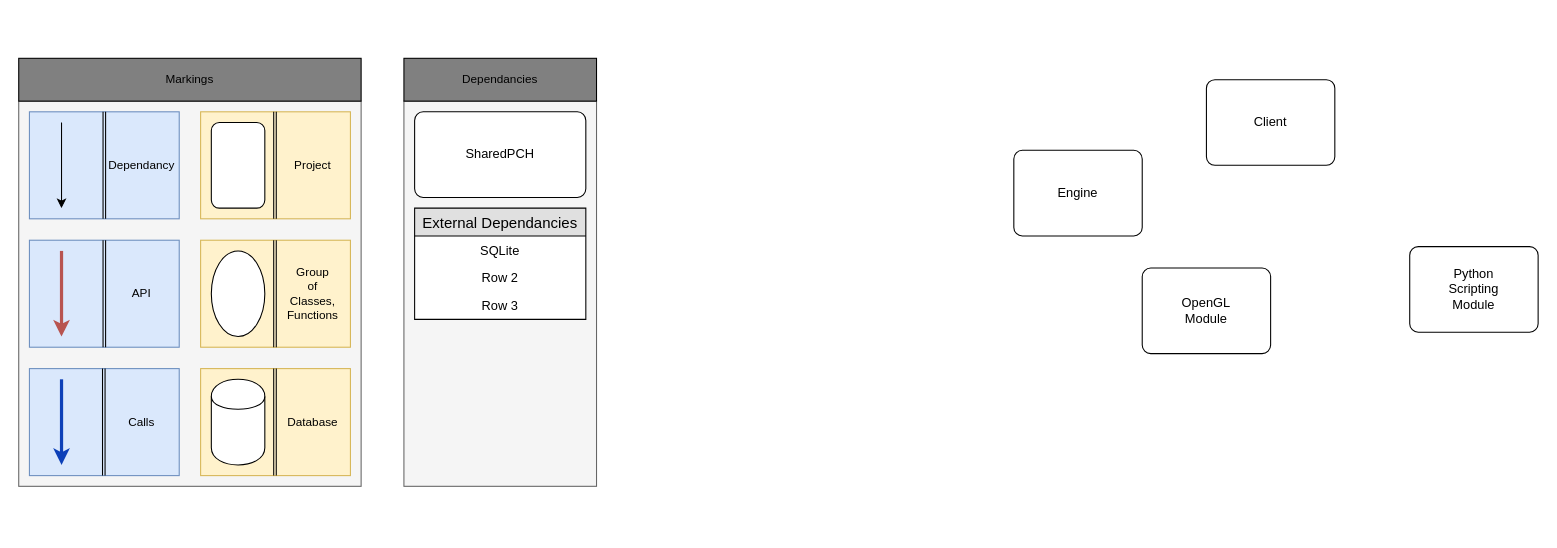
Before: page "ProjectBorad" (2 of 2) of docs/Untitled Diagram.drawio in Narthal/QED, a draw.io diagram. Source tidied: cells renumbered, new cells numbered last; positions are measured from the earlier drawing's top-left corner, leaving out a move shared by most shapes. Both pictures are drawn from the tidied source at 107%, with x=0, y=0 at pixel (18, 58).
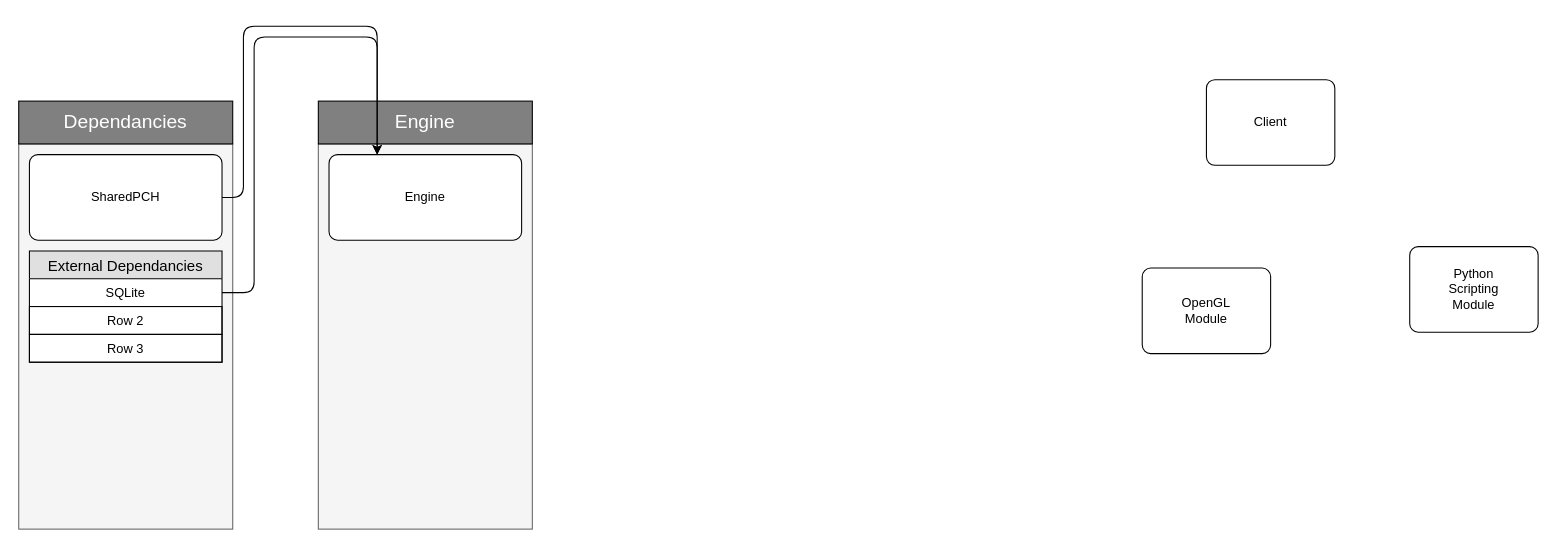
The same page after the edit.

Change to the diagram source:
```diff
@@
+    <mxCell id="39" style="rounded=0;whiteSpace=wrap;html=1;strokeColor=#666666;fillColor=#f5f5f5;fontSize=11;align=center;fontColor=#333333;" parent="1" vertex="1">
+      <mxGeometry x="280" y="80" width="200" height="360" as="geometry" />
+    </mxCell>
     <mxCell id="2" style="rounded=0;whiteSpace=wrap;html=1;strokeColor=#666666;fillColor=#f5f5f5;fontSize=11;align=center;fontColor=#333333;" parent="1" vertex="1">
-      <mxGeometry x="360" y="40" width="180" height="360" as="geometry" />
+      <mxGeometry y="80" width="200" height="360" as="geometry" />
     </mxCell>
-    <mxCell id="3" style="rounded=0;whiteSpace=wrap;html=1;fontSize=11;align=center;fillColor=#f5f5f5;strokeColor=#666666;fontColor=#333333;" parent="1" vertex="1">
-      <mxGeometry y="40" width="320" height="360" as="geometry" />
-    </mxCell>
-    <mxCell id="4" style="rounded=0;whiteSpace=wrap;html=1;align=center;fillColor=#dae8fc;strokeColor=#6c8ebf;" parent="1" vertex="1">
-      <mxGeometry x="10" y="50" width="140" height="100" as="geometry" />
-    </mxCell>
     <mxCell id="5" value="SharedPCH" style="rounded=1;arcSize=10;whiteSpace=wrap;html=1;align=center;" parent="1" vertex="1">
-      <mxGeometry x="370" y="50" width="160" height="80" as="geometry" />
+      <mxGeometry x="10" y="90" width="180" height="80" as="geometry" />
     </mxCell>
     <mxCell id="6" value="Engine" style="rounded=1;arcSize=10;whiteSpace=wrap;html=1;align=center;" parent="1" vertex="1">
-      <mxGeometry x="930" y="86" width="120" height="80" as="geometry" />
+      <mxGeometry x="290" y="90" width="180" height="80" as="geometry" />
     </mxCell>
@@
     <mxCell id="8" value="External Dependancies" style="swimlane;fontStyle=0;horizontal=1;startSize=26;fillColor=#e0e0e0;swimlaneFillColor=#ffffff;align=center;fontSize=14;" parent="1" vertex="1">
-      <mxGeometry x="370" y="140" width="160" height="104" as="geometry" />
+      <mxGeometry x="10" y="180" width="180" height="104" as="geometry" />
     </mxCell>
-    <mxCell id="9" value="SQLite" style="text;strokeColor=none;fillColor=none;spacingLeft=4;spacingRight=4;overflow=hidden;points=[[0,0.5],[1,0.5]];portConstraint=eastwest;fontSize=12;align=center;" parent="8" vertex="1">
-      <mxGeometry y="26" width="160" height="26" as="geometry" />
+    <mxCell id="9" value="SQLite" style="text;spacingLeft=4;spacingRight=4;overflow=hidden;points=[[0,0.5],[1,0.5]];portConstraint=eastwest;fontSize=12;align=center;" parent="8" vertex="1">
+      <mxGeometry y="26" width="180" height="26" as="geometry" />
     </mxCell>
-    <mxCell id="10" value="Row 2" style="text;strokeColor=none;fillColor=none;spacingLeft=4;spacingRight=4;overflow=hidden;fontSize=12;align=center;" parent="8" vertex="1">
-      <mxGeometry y="52" width="160" height="26" as="geometry" />
+    <mxCell id="10" value="Row 2" style="text;spacingLeft=4;spacingRight=4;overflow=hidden;fontSize=12;align=center;strokeWidth=1;strokeColor=#000000;" parent="8" vertex="1">
+      <mxGeometry y="52" width="180" height="26" as="geometry" />
     </mxCell>
-    <mxCell id="11" value="Row 3" style="text;strokeColor=none;fillColor=none;spacingLeft=4;spacingRight=4;overflow=hidden;fontSize=12;align=center;" parent="8" vertex="1">
-      <mxGeometry y="78" width="160" height="26" as="geometry" />
+    <mxCell id="11" value="Row 3" style="text;spacingLeft=4;spacingRight=4;overflow=hidden;fontSize=12;align=center;strokeColor=#000000;" parent="8" vertex="1">
+      <mxGeometry y="78" width="180" height="26" as="geometry" />
     </mxCell>
@@
-    <mxCell id="14" style="endArrow=classic;html=1;" parent="1" edge="1">
-      <mxGeometry relative="1" as="geometry">
-        <mxPoint x="40" y="60" as="sourcePoint" />
-        <mxPoint x="40" y="140" as="targetPoint" />
-      </mxGeometry>
-    </mxCell>
-    <mxCell id="15" value="Dependancy" style="text;html=1;strokeColor=none;fillColor=none;align=center;verticalAlign=middle;whiteSpace=wrap;rounded=0;fontSize=11;" parent="1" vertex="1">
-      <mxGeometry x="80" y="90" width="70" height="20" as="geometry" />
-    </mxCell>
-    <mxCell id="16" style="shape=link;html=1;width=-2.3809523809523814;" parent="1" edge="1">
-      <mxGeometry relative="1" as="geometry">
-        <mxPoint x="80" y="150" as="sourcePoint" />
-        <mxPoint x="80" y="50" as="targetPoint" />
-      </mxGeometry>
-    </mxCell>
-    <mxCell id="17" style="rounded=0;whiteSpace=wrap;html=1;align=center;fillColor=#dae8fc;strokeColor=#6c8ebf;" parent="1" vertex="1">
-      <mxGeometry x="10" y="170" width="140" height="100" as="geometry" />
-    </mxCell>
-    <mxCell id="18" style="shape=link;html=1;entryX=0.5;entryY=0;entryDx=0;entryDy=0;exitX=0.5;exitY=1;exitDx=0;exitDy=0;width=-2.3809523809523814;" parent="1" edge="1" source="17" target="17">
-      <mxGeometry relative="1" as="geometry" />
-    </mxCell>
-    <mxCell id="19" style="endArrow=classic;html=1;fillColor=#f8cecc;strokeColor=#b85450;comic=0;rounded=0;strokeWidth=3;" parent="1" edge="1">
-      <mxGeometry relative="1" as="geometry">
-        <mxPoint x="40" y="180" as="sourcePoint" />
-        <mxPoint x="40" y="260" as="targetPoint" />
-      </mxGeometry>
-    </mxCell>
-    <mxCell id="20" value="API" style="text;html=1;strokeColor=none;fillColor=none;align=center;verticalAlign=middle;whiteSpace=wrap;rounded=0;fontSize=11;" parent="1" vertex="1">
-      <mxGeometry x="80" y="210" width="70" height="20" as="geometry" />
-    </mxCell>
-    <mxCell id="21" style="rounded=0;whiteSpace=wrap;html=1;align=center;fillColor=#fff2cc;strokeColor=#d6b656;" parent="1" vertex="1">
-      <mxGeometry x="170" y="50" width="140" height="100" as="geometry" />
-    </mxCell>
-    <mxCell id="22" style="shape=link;html=1;entryX=0.5;entryY=0;entryDx=0;entryDy=0;exitX=0.5;exitY=1;exitDx=0;exitDy=0;width=-2.3809523809523814;" parent="1" edge="1">
-      <mxGeometry relative="1" as="geometry">
-        <mxPoint x="239.5" y="150" as="sourcePoint" />
-        <mxPoint x="239.5" y="50" as="targetPoint" />
-      </mxGeometry>
-    </mxCell>
-    <mxCell id="23" style="rounded=1;whiteSpace=wrap;html=1;gradientColor=none;fontSize=11;align=center;" parent="1" vertex="1">
-      <mxGeometry x="180" y="60" width="50" height="80" as="geometry" />
-    </mxCell>
-    <mxCell id="24" value="Project" style="text;html=1;strokeColor=none;fillColor=none;align=center;verticalAlign=middle;whiteSpace=wrap;rounded=0;fontSize=11;" parent="1" vertex="1">
-      <mxGeometry x="240" y="90" width="70" height="20" as="geometry" />
-    </mxCell>
-    <mxCell id="25" style="rounded=0;whiteSpace=wrap;html=1;align=center;fillColor=#fff2cc;strokeColor=#d6b656;" parent="1" vertex="1">
-      <mxGeometry x="170" y="170" width="140" height="100" as="geometry" />
-    </mxCell>
-    <mxCell id="26" style="shape=link;html=1;entryX=0.5;entryY=0;entryDx=0;entryDy=0;exitX=0.5;exitY=1;exitDx=0;exitDy=0;width=-2.3809523809523814;" parent="1" edge="1">
-      <mxGeometry relative="1" as="geometry">
-        <mxPoint x="239.5" y="270" as="sourcePoint" />
-        <mxPoint x="239.5" y="170" as="targetPoint" />
-      </mxGeometry>
-    </mxCell>
-    <mxCell id="27" style="ellipse;whiteSpace=wrap;html=1;gradientColor=none;fontSize=11;align=center;" parent="1" vertex="1">
-      <mxGeometry x="180" y="180" width="50" height="80" as="geometry" />
-    </mxCell>
-    <mxCell id="28" value="Group&lt;br&gt;of&lt;br&gt;Classes,&lt;br&gt;Functions" style="text;html=1;strokeColor=none;fillColor=none;align=center;verticalAlign=middle;whiteSpace=wrap;rounded=0;fontSize=11;" parent="1" vertex="1">
-      <mxGeometry x="240" y="210" width="70" height="20" as="geometry" />
-    </mxCell>
-    <mxCell id="29" style="rounded=0;whiteSpace=wrap;html=1;align=center;fillColor=#fff2cc;strokeColor=#d6b656;" parent="1" vertex="1">
-      <mxGeometry x="170" y="290" width="140" height="100" as="geometry" />
-    </mxCell>
-    <mxCell id="30" style="shape=link;html=1;entryX=0.5;entryY=0;entryDx=0;entryDy=0;exitX=0.5;exitY=1;exitDx=0;exitDy=0;width=-2.3809523809523814;" parent="1" edge="1">
-      <mxGeometry relative="1" as="geometry">
-        <mxPoint x="239.5" y="390" as="sourcePoint" />
-        <mxPoint x="239.5" y="290" as="targetPoint" />
-      </mxGeometry>
-    </mxCell>
-    <mxCell id="31" style="shape=cylinder;whiteSpace=wrap;html=1;boundedLbl=1;backgroundOutline=1;gradientColor=none;fontSize=11;align=center;" parent="1" vertex="1">
-      <mxGeometry x="180" y="300" width="50" height="80" as="geometry" />
-    </mxCell>
-    <mxCell id="32" value="Database" style="text;html=1;strokeColor=none;fillColor=none;align=center;verticalAlign=middle;whiteSpace=wrap;rounded=0;fontSize=11;" parent="1" vertex="1">
-      <mxGeometry x="240" y="330" width="70" height="20" as="geometry" />
-    </mxCell>
-    <mxCell id="33" style="rounded=0;whiteSpace=wrap;html=1;align=center;fillColor=#dae8fc;strokeColor=#6c8ebf;" parent="1" vertex="1">
-      <mxGeometry x="10" y="290" width="140" height="100" as="geometry" />
-    </mxCell>
-    <mxCell id="34" style="shape=link;html=1;entryX=0.5;entryY=0;entryDx=0;entryDy=0;exitX=0.5;exitY=1;exitDx=0;exitDy=0;width=-2.3809523809523814;" parent="1" edge="1">
-      <mxGeometry relative="1" as="geometry">
-        <mxPoint x="79.5" y="390" as="sourcePoint" />
-        <mxPoint x="79.5" y="290" as="targetPoint" />
-      </mxGeometry>
-    </mxCell>
-    <mxCell id="35" style="endArrow=classic;html=1;fillColor=#f8cecc;strokeColor=#0D40B8;comic=0;rounded=0;strokeWidth=3;" parent="1" edge="1">
-      <mxGeometry relative="1" as="geometry">
-        <mxPoint x="40" y="300" as="sourcePoint" />
-        <mxPoint x="40" y="380" as="targetPoint" />
-      </mxGeometry>
-    </mxCell>
-    <mxCell id="36" value="Calls" style="text;html=1;strokeColor=none;fillColor=none;align=center;verticalAlign=middle;whiteSpace=wrap;rounded=0;fontSize=11;" parent="1" vertex="1">
-      <mxGeometry x="80" y="330" width="70" height="20" as="geometry" />
-    </mxCell>
-    <mxCell id="37" value="Markings" style="rounded=0;whiteSpace=wrap;html=1;gradientColor=none;fontSize=11;align=center;fillColor=#808080;" parent="1" vertex="1">
-      <mxGeometry width="320" height="40" as="geometry" />
-    </mxCell>
-    <mxCell id="38" value="Dependancies" style="rounded=0;whiteSpace=wrap;html=1;gradientColor=none;fontSize=11;align=center;fillColor=#808080;" parent="1" vertex="1">
-      <mxGeometry x="360" width="180" height="40" as="geometry" />
+    <mxCell id="38" value="&lt;font color=&quot;#ffffff&quot; style=&quot;font-size: 18px&quot;&gt;Dependancies&lt;/font&gt;" style="rounded=0;whiteSpace=wrap;html=1;gradientColor=none;fontSize=11;align=center;fillColor=#808080;" parent="1" vertex="1">
+      <mxGeometry y="40" width="200" height="40" as="geometry" />
     </mxCell>
+    <mxCell id="40" value="&lt;font style=&quot;font-size: 18px&quot; color=&quot;#ffffff&quot;&gt;Engine&lt;/font&gt;" style="rounded=0;whiteSpace=wrap;html=1;gradientColor=none;fontSize=11;align=center;fillColor=#808080;" parent="1" vertex="1">
+      <mxGeometry x="280" y="40" width="200" height="40" as="geometry" />
+    </mxCell>
+    <mxCell id="41" style="endArrow=classic;html=1;exitX=1;exitY=0.5;exitDx=0;exitDy=0;entryX=0.25;entryY=0;entryDx=0;entryDy=0;" parent="1" edge="1" source="5" target="6">
+      <mxGeometry relative="1" as="geometry">
+        <Array as="points">
+          <mxPoint x="210" y="130" />
+          <mxPoint x="210" y="-30" />
+          <mxPoint x="335" y="-30" />
+        </Array>
+      </mxGeometry>
+    </mxCell>
+    <mxCell id="42" style="endArrow=classic;html=1;exitX=1;exitY=0.5;exitDx=0;exitDy=0;entryX=0.25;entryY=0;entryDx=0;entryDy=0;" parent="1" edge="1" source="9" target="6">
+      <mxGeometry relative="1" as="geometry">
+        <Array as="points">
+          <mxPoint x="220" y="219" />
+          <mxPoint x="220" y="-20" />
+          <mxPoint x="335" y="-20" />
+        </Array>
+      </mxGeometry>
+    </mxCell>
```
